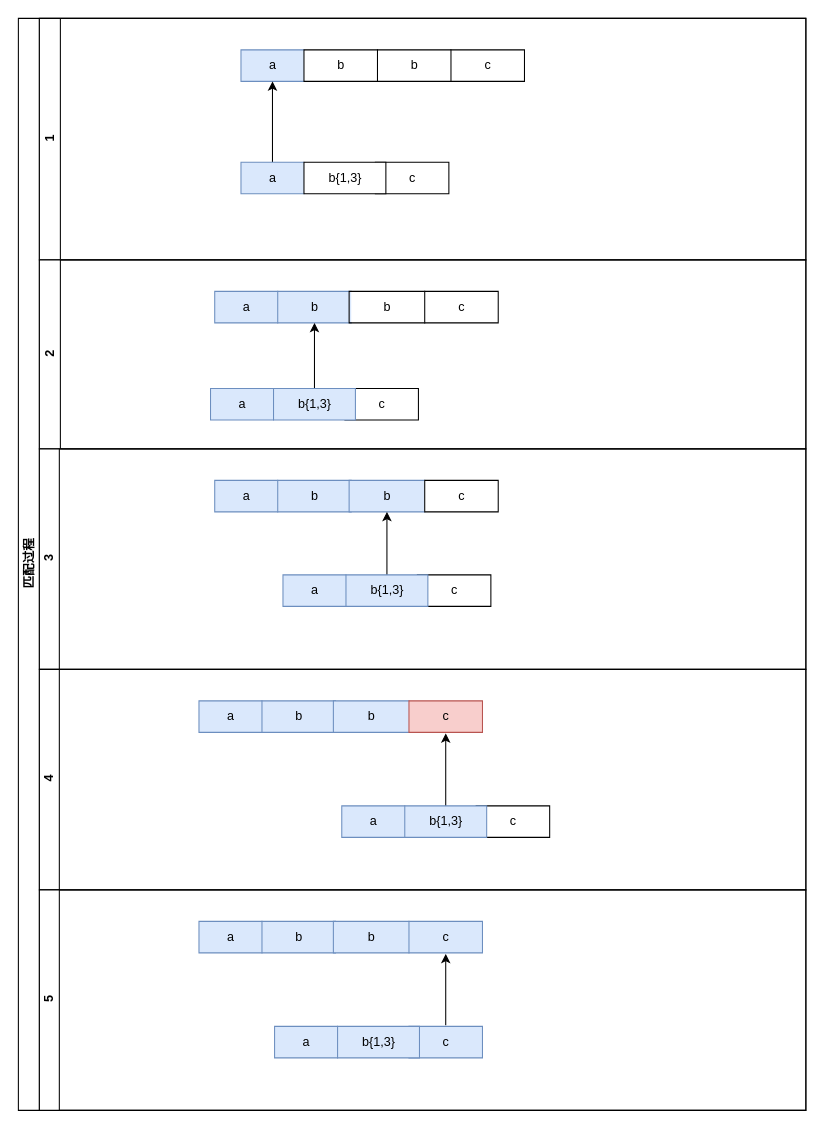
This is Java/Base/images/未命名表单.drawio from iwinder/evernote, a draw.io file, before an edit. Source tidied: cells renumbered, new cells numbered last; positions are measured from the earlier drawing's top-left corner, leaving out a move shared by most shapes. Both pictures are drawn from the tidied source at 105%, with x=0, y=0 at pixel (18, 18).
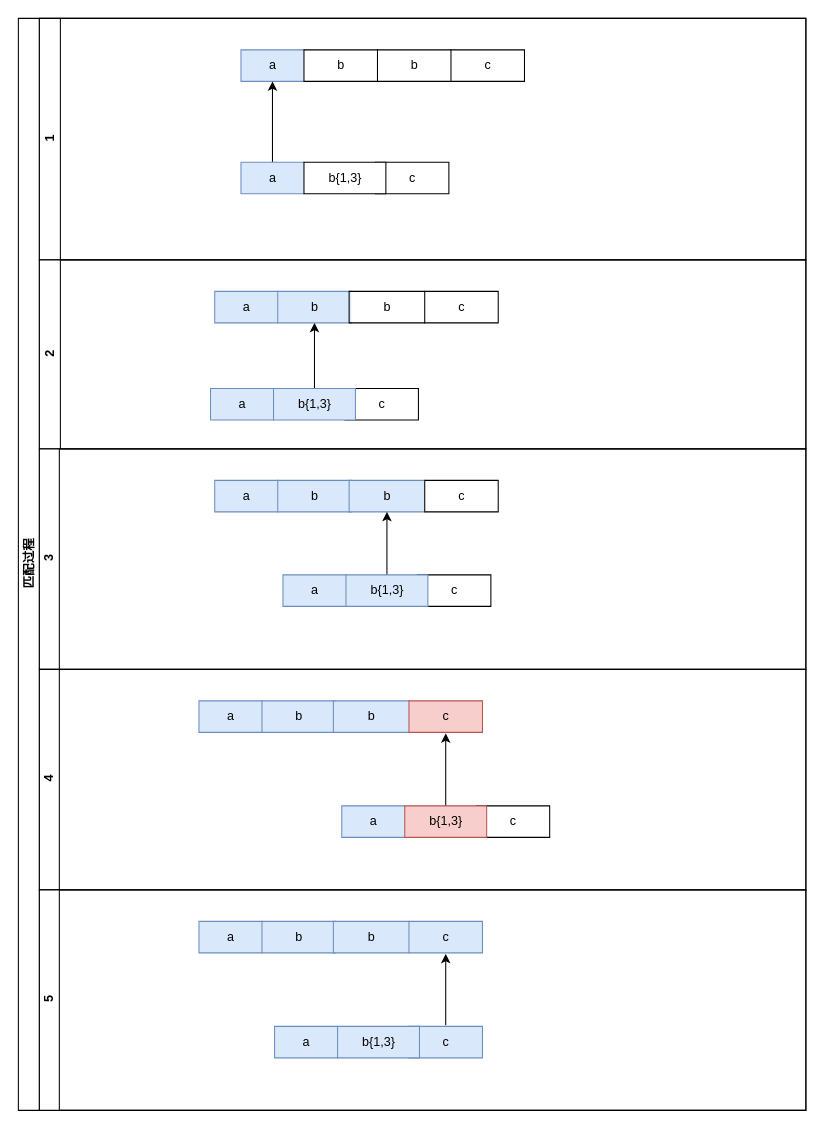
The same diagram, later.

Commit message:
已添加 未命名表单.drawio

Unchanged cells that the change refers to:
```xml
<mxCell id="31" value="4" style="swimlane;html=1;startSize=19;horizontal=0;" parent="2" vertex="1">
  <mxGeometry x="20" y="620" width="730" height="210" as="geometry" />
</mxCell>
```

Diff of the diagram source:
```diff
@@
-    <mxCell id="39" value="b{1,3}" style="html=1;dashed=0;whitespace=wrap;shape=partialRectangle;right=1;fillColor=#dae8fc;strokeColor=#6c8ebf;" parent="31" vertex="1">
+    <mxCell id="39" value="b{1,3}" style="html=1;dashed=0;whitespace=wrap;shape=partialRectangle;right=1;fillColor=#f8cecc;strokeColor=#b85450;" parent="31" vertex="1">
       <mxGeometry x="348" y="130" width="78" height="30" as="geometry" />
     </mxCell>
```
